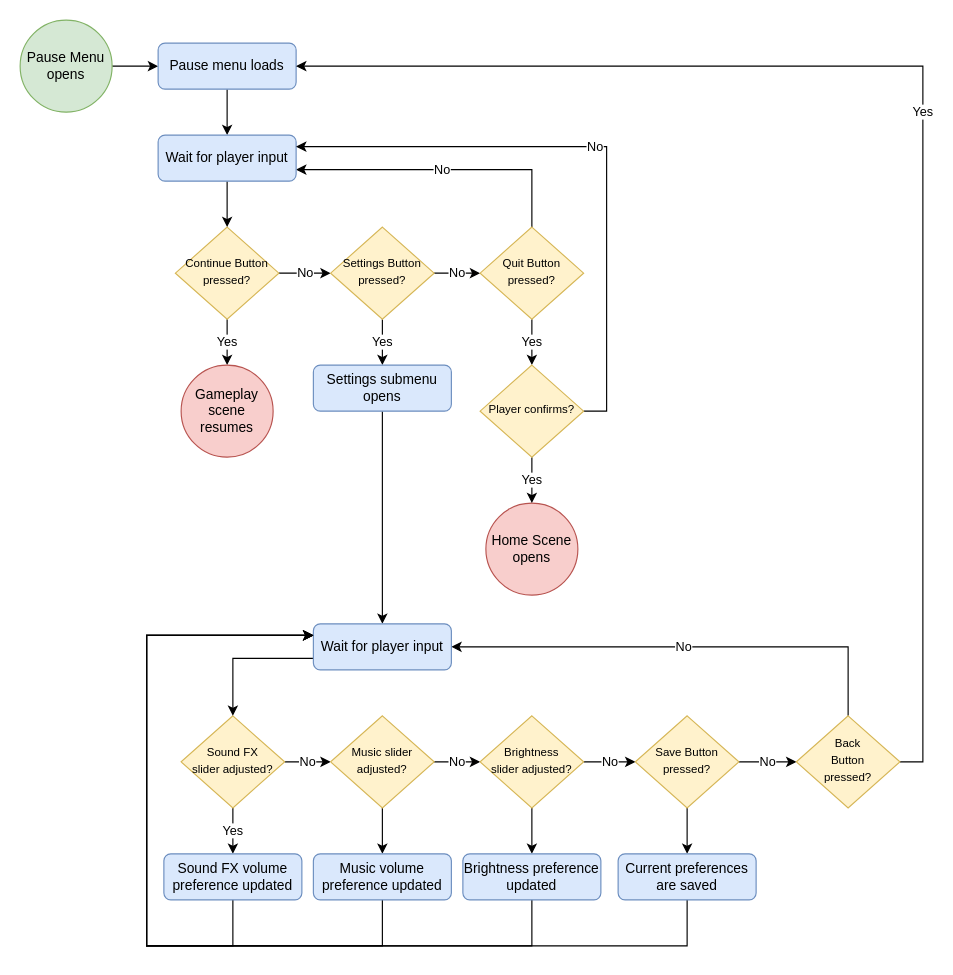
Above: GameplayPauseMenu.drawio in zkturman/TiltaPong (draw.io), before the change. Source tidied: cells renumbered, new cells numbered last; positions are measured from the earlier drawing's top-left corner, leaving out a move shared by most shapes. Both pictures are drawn from the tidied source at 115%, with x=0, y=0 at pixel (20, 20).
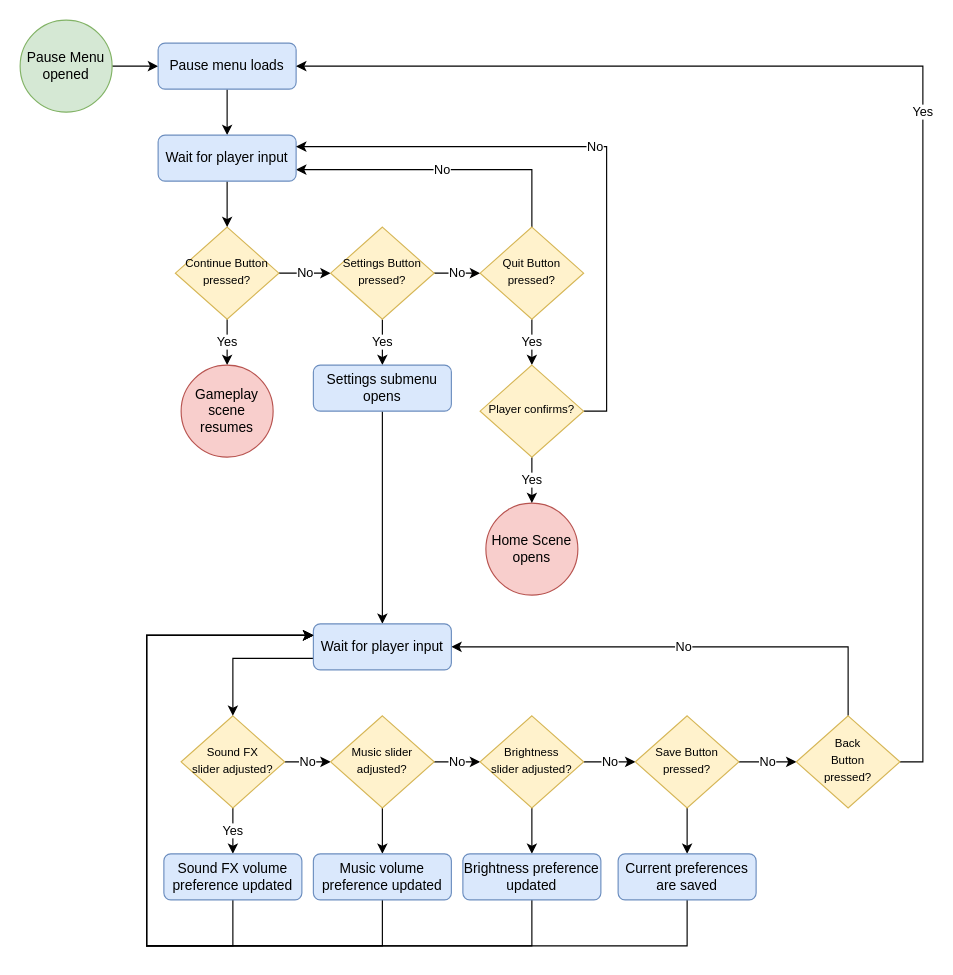
The same page after the edit.

Diff of the diagram source:
```diff
@@
-    <mxCell id="6" value="Pause Menu opens" style="ellipse;whiteSpace=wrap;html=1;fillColor=#d5e8d4;strokeColor=#82b366;" parent="1" vertex="1">
+    <mxCell id="6" value="Pause Menu opened" style="ellipse;whiteSpace=wrap;html=1;fillColor=#d5e8d4;strokeColor=#82b366;" parent="1" vertex="1">
       <mxGeometry width="80" height="80" as="geometry" />
     </mxCell>
```
